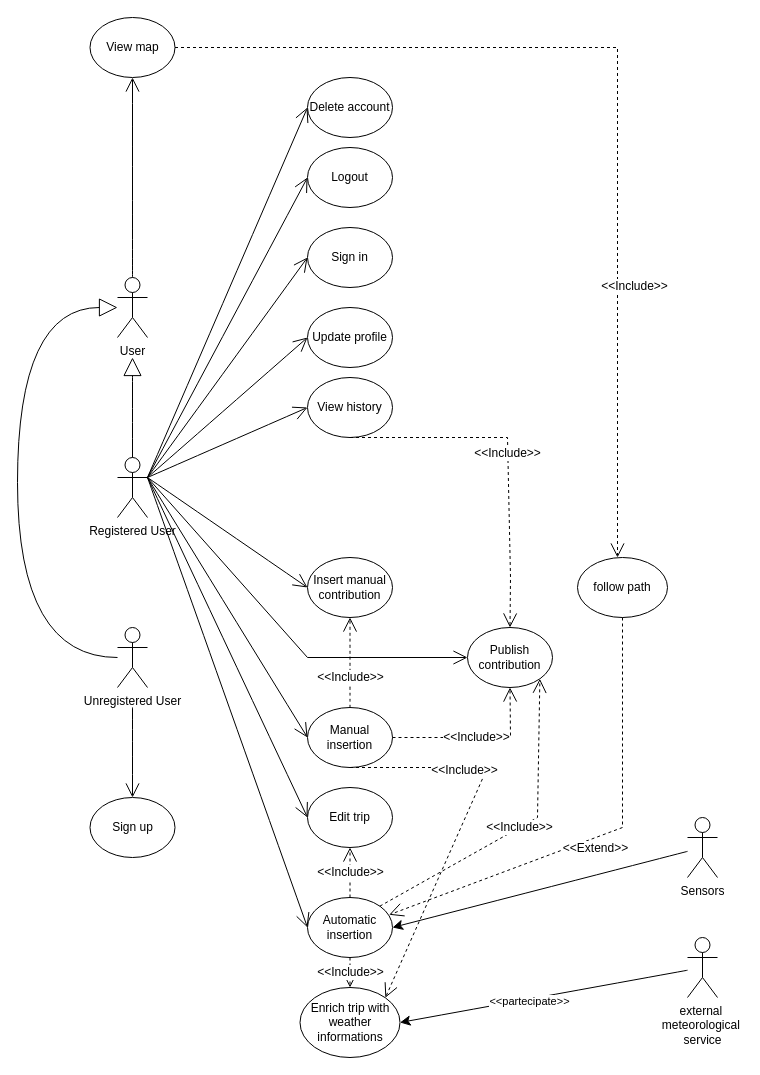
Earlier version of the draw.io diagram RASD/Version1.0/images/use_case_diagram.drawio (Francesco2035/RavelliRausaPoggi). Source tidied: cells renumbered, new cells numbered last; positions are measured from the earlier drawing's top-left corner, leaving out a move shared by most shapes. Both pictures are drawn from the tidied source at 100%, with x=0, y=0 at pixel (17, 17).
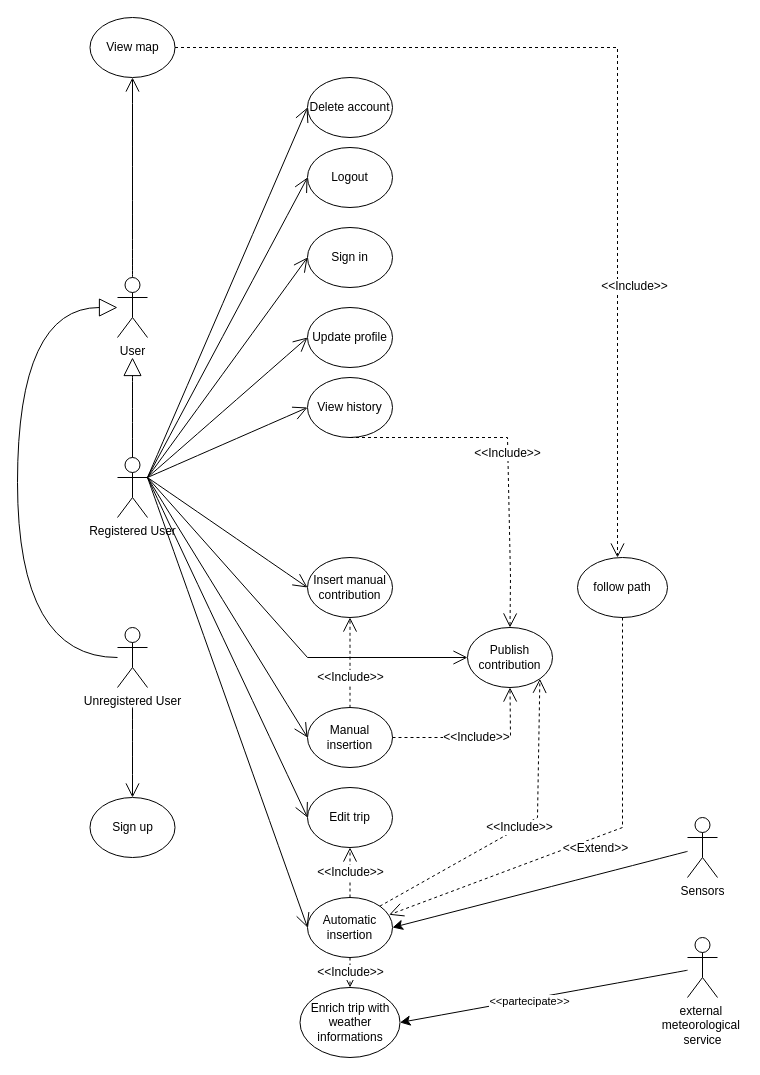
Above is the later version.

The change refers to these unchanged cells:
```xml
<mxCell id="17" value="Manual insertion" style="ellipse;whiteSpace=wrap;html=1;" parent="1" vertex="1">
  <mxGeometry x="290" y="690" width="85" height="60" as="geometry" />
</mxCell>
<mxCell id="44" value="Enrich trip with weather informations" style="ellipse;whiteSpace=wrap;html=1;" parent="1" vertex="1">
  <mxGeometry x="282.5" y="970" width="100" height="70" as="geometry" />
</mxCell>
```

The edit, as a diff of the source:
```diff
@@
-    <mxCell id="46" value="&amp;lt;&amp;lt;Include&amp;gt;&amp;gt;" style="endArrow=open;endSize=12;dashed=1;html=1;rounded=0;fontSize=12;exitX=0.5;exitY=1;exitDx=0;exitDy=0;entryX=1;entryY=0;entryDx=0;entryDy=0;" parent="1" edge="1" source="17" target="44">
-      <mxGeometry x="-0.23" y="-20" relative="1" as="geometry">
-        <Array as="points">
-          <mxPoint x="470" y="750" />
-        </Array>
-      </mxGeometry>
-    </mxCell>
```
